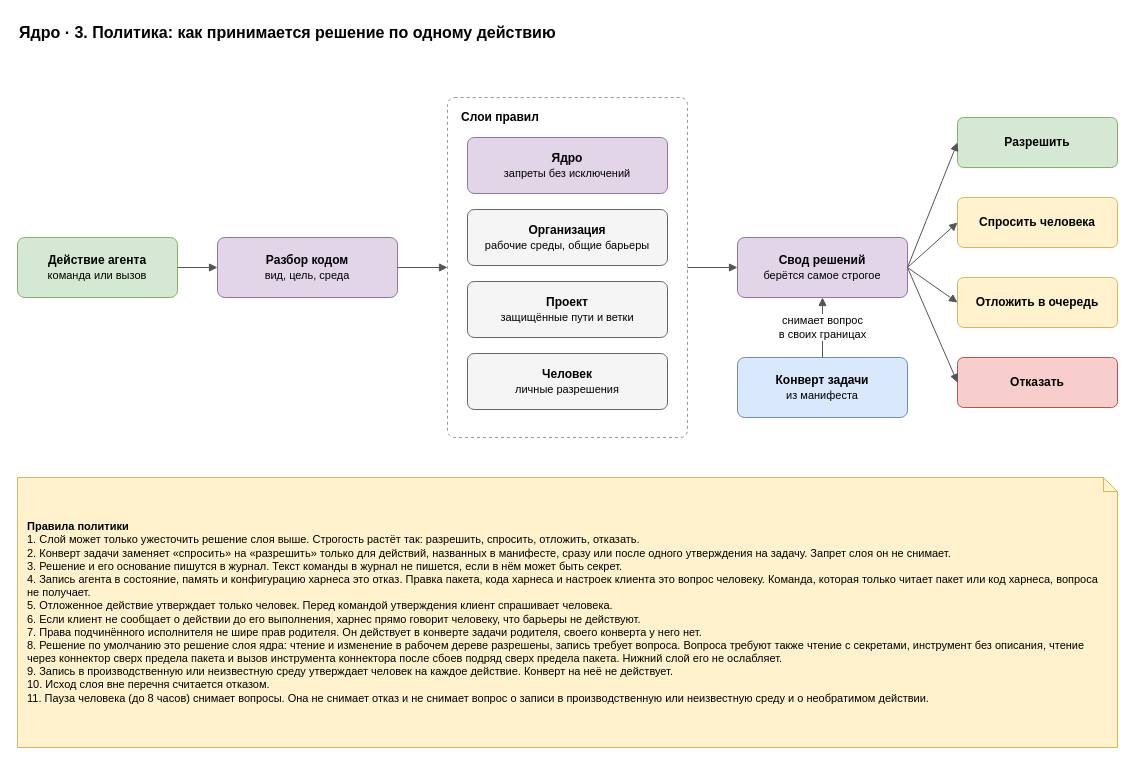
Above: page "3. Решение политики" (3 of 7) of docs/spec/harness-core.drawio in roygkov/reins (draw.io), before the change. Source tidied: cells renumbered, new cells numbered last; positions are measured from the earlier drawing's top-left corner, leaving out a move shared by most shapes. Both pictures are drawn from the tidied source at 100%, with x=0, y=0 at pixel (17, 17).
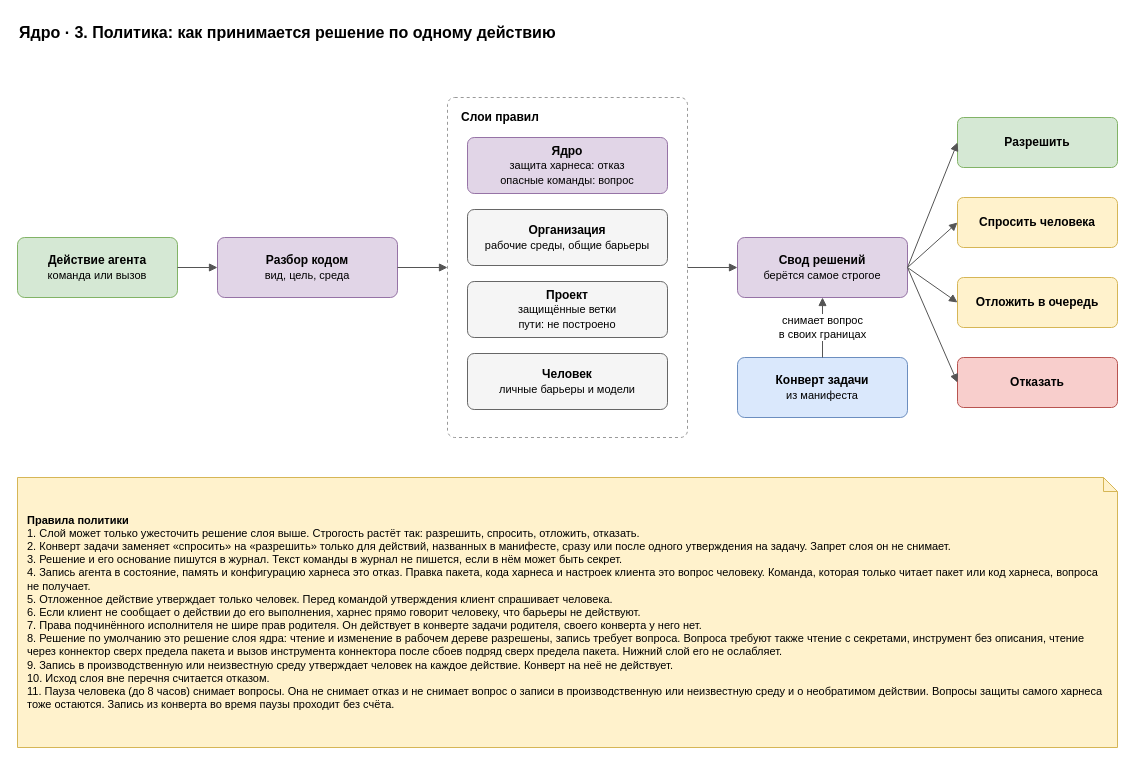
The same page after the edit.

Change to the diagram source:
```diff
@@
-    <mxCell id="6" value="&lt;b&gt;Ядро&lt;/b&gt;&lt;br&gt;&lt;font style=&quot;font-size:11px&quot;&gt;запреты без исключений&lt;/font&gt;" style="rounded=1;whiteSpace=wrap;html=1;fillColor=#e1d5e7;strokeColor=#9673a6;arcSize=12;" parent="1" vertex="1">
+    <mxCell id="6" value="&lt;b&gt;Ядро&lt;/b&gt;&lt;br&gt;&lt;font style=&quot;font-size:11px&quot;&gt;защита харнеса: отказ&lt;br&gt;опасные команды: вопрос&lt;/font&gt;" style="rounded=1;whiteSpace=wrap;html=1;fillColor=#e1d5e7;strokeColor=#9673a6;arcSize=12;" parent="1" vertex="1">
       <mxGeometry x="450" y="120" width="200" height="56" as="geometry" />
     </mxCell>
@@
-    <mxCell id="8" value="&lt;b&gt;Проект&lt;/b&gt;&lt;br&gt;&lt;font style=&quot;font-size:11px&quot;&gt;защищённые пути и ветки&lt;/font&gt;" style="rounded=1;whiteSpace=wrap;html=1;fillColor=#f5f5f5;strokeColor=#666666;arcSize=12;" parent="1" vertex="1">
+    <mxCell id="8" value="&lt;b&gt;Проект&lt;/b&gt;&lt;br&gt;&lt;font style=&quot;font-size:11px&quot;&gt;защищённые ветки&lt;br&gt;пути: не построено&lt;/font&gt;" style="rounded=1;whiteSpace=wrap;html=1;fillColor=#f5f5f5;strokeColor=#666666;arcSize=12;" parent="1" vertex="1">
       <mxGeometry x="450" y="264" width="200" height="56" as="geometry" />
     </mxCell>
-    <mxCell id="9" value="&lt;b&gt;Человек&lt;/b&gt;&lt;br&gt;&lt;font style=&quot;font-size:11px&quot;&gt;личные разрешения&lt;/font&gt;" style="rounded=1;whiteSpace=wrap;html=1;fillColor=#f5f5f5;strokeColor=#666666;arcSize=12;" parent="1" vertex="1">
+    <mxCell id="9" value="&lt;b&gt;Человек&lt;/b&gt;&lt;br&gt;&lt;font style=&quot;font-size:11px&quot;&gt;личные барьеры и модели&lt;/font&gt;" style="rounded=1;whiteSpace=wrap;html=1;fillColor=#f5f5f5;strokeColor=#666666;arcSize=12;" parent="1" vertex="1">
       <mxGeometry x="450" y="336" width="200" height="56" as="geometry" />
     </mxCell>
@@
-    <mxCell id="24" value="&lt;b&gt;Правила политики&lt;/b&gt;&lt;br&gt;1. Слой может только ужесточить решение слоя выше. Строгость растёт так: разрешить, спросить, отложить, отказать.&lt;br&gt;2. Конверт задачи заменяет «спросить» на «разрешить» только для действий, названных в манифесте, сразу или после одного утверждения на задачу. Запрет слоя он не снимает.&lt;br&gt;3. Решение и его основание пишутся в журнал. Текст команды в журнал не пишется, если в нём может быть секрет.&lt;br&gt;4. Запись агента в состояние, память и конфигурацию харнеса это отказ. Правка пакета, кода харнеса и настроек клиента это вопрос человеку. Команда, которая только читает пакет или код харнеса, вопроса не получает.&lt;br&gt;5. Отложенное действие утверждает только человек. Перед командой утверждения клиент спрашивает человека.&lt;br&gt;6. Если клиент не сообщает о действии до его выполнения, харнес прямо говорит человеку, что барьеры не действуют.&lt;br&gt;7. Права подчинённого исполнителя не шире прав родителя. Он действует в конверте задачи родителя, своего конверта у него нет.&lt;br&gt;8. Решение по умолчанию это решение слоя ядра: чтение и изменение в рабочем дереве разрешены, запись требует вопроса. Вопроса требуют также чтение с секретами, инструмент без описания, чтение через коннектор сверх предела пакета и вызов инструмента коннектора после сбоев подряд сверх предела пакета. Нижний слой его не ослабляет.&lt;br&gt;9. Запись в производственную или неизвестную среду утверждает человек на каждое действие. Конверт на неё не действует.&lt;br&gt;10. Исход слоя вне перечня считается отказом.&lt;br&gt;11. Пауза человека (до 8 часов) снимает вопросы. Она не снимает отказ и не снимает вопрос о записи в производственную или неизвестную среду и о необратимом действии." style="shape=note;whiteSpace=wrap;html=1;backgroundOutline=1;size=14;fillColor=#fff2cc;strokeColor=#d6b656;align=left;spacingLeft=8;spacingRight=8;fontSize=11;" parent="1" vertex="1">
+    <mxCell id="24" value="&lt;b&gt;Правила политики&lt;/b&gt;&lt;br&gt;1. Слой может только ужесточить решение слоя выше. Строгость растёт так: разрешить, спросить, отложить, отказать.&lt;br&gt;2. Конверт задачи заменяет «спросить» на «разрешить» только для действий, названных в манифесте, сразу или после одного утверждения на задачу. Запрет слоя он не снимает.&lt;br&gt;3. Решение и его основание пишутся в журнал. Текст команды в журнал не пишется, если в нём может быть секрет.&lt;br&gt;4. Запись агента в состояние, память и конфигурацию харнеса это отказ. Правка пакета, кода харнеса и настроек клиента это вопрос человеку. Команда, которая только читает пакет или код харнеса, вопроса не получает.&lt;br&gt;5. Отложенное действие утверждает только человек. Перед командой утверждения клиент спрашивает человека.&lt;br&gt;6. Если клиент не сообщает о действии до его выполнения, харнес прямо говорит человеку, что барьеры не действуют.&lt;br&gt;7. Права подчинённого исполнителя не шире прав родителя. Он действует в конверте задачи родителя, своего конверта у него нет.&lt;br&gt;8. Решение по умолчанию это решение слоя ядра: чтение и изменение в рабочем дереве разрешены, запись требует вопроса. Вопроса требуют также чтение с секретами, инструмент без описания, чтение через коннектор сверх предела пакета и вызов инструмента коннектора после сбоев подряд сверх предела пакета. Нижний слой его не ослабляет.&lt;br&gt;9. Запись в производственную или неизвестную среду утверждает человек на каждое действие. Конверт на неё не действует.&lt;br&gt;10. Исход слоя вне перечня считается отказом.&lt;br&gt;11. Пауза человека (до 8 часов) снимает вопросы. Она не снимает отказ и не снимает вопрос о записи в производственную или неизвестную среду и о необратимом действии. Вопросы защиты самого харнеса тоже остаются. Запись из конверта во время паузы проходит без счёта." style="shape=note;whiteSpace=wrap;html=1;backgroundOutline=1;size=14;fillColor=#fff2cc;strokeColor=#d6b656;align=left;spacingLeft=8;spacingRight=8;fontSize=11;" parent="1" vertex="1">
       <mxGeometry y="460" width="1100" height="270" as="geometry" />
     </mxCell>
```
